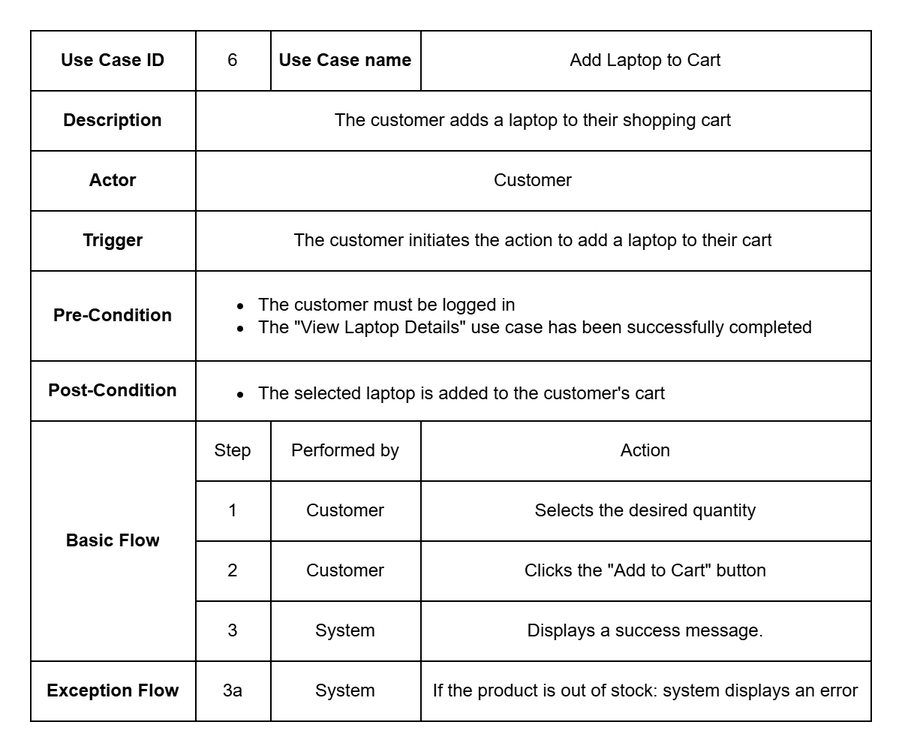
This is documentation/Images/usecase_metadata_card/uc_6_add_laptop_to_cart.drawio.png from auphong2707/itse-laptopshop-management-web-application, a draw.io export, as it was before one commit. Source tidied: cells renumbered, new cells last; positions are measured from the earlier drawing's top-left corner, leaving out a move shared by most shapes.
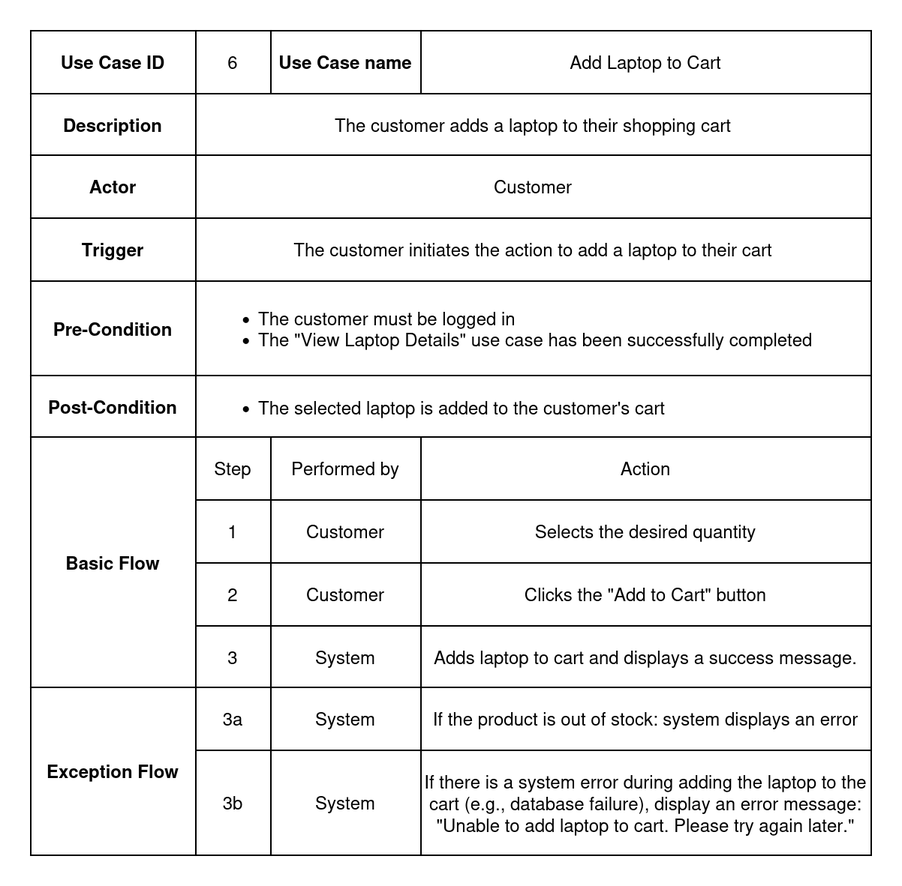
The same file after the commit.

The edit, as a diff of the source:
```diff
@@ -3,133 +3,145 @@
     <mxCell id="0" />
     <mxCell id="1" parent="0" />
     <mxCell id="2" style="shape=table;startSize=0;fontStyle=0;" parent="1" vertex="1">
-      <mxGeometry width="560" height="460" as="geometry" />
+      <mxGeometry width="560" height="550" as="geometry" />
     </mxCell>
     <mxCell id="3" style="shape=tableRow;horizontal=0;startSize=0;swimlaneHead=0;swimlaneBody=0;strokeColor=inherit;top=0;left=0;bottom=0;right=0;fillColor=none;" parent="2" vertex="1">
-      <mxGeometry width="560" height="40" as="geometry" />
+      <mxGeometry width="560" height="42" as="geometry" />
     </mxCell>
     <mxCell id="4" value="Use Case ID" style="shape=partialRectangle;html=1;whiteSpace=wrap;strokeColor=inherit;overflow=hidden;fillColor=none;top=0;left=0;bottom=0;right=0;fontStyle=1;" parent="3" vertex="1">
-      <mxGeometry width="110" height="40" as="geometry" />
+      <mxGeometry width="110" height="42" as="geometry" />
     </mxCell>
     <mxCell id="5" value="6" style="shape=partialRectangle;html=1;whiteSpace=wrap;strokeColor=inherit;overflow=hidden;fillColor=none;top=0;left=0;bottom=0;right=0;" parent="3" vertex="1">
-      <mxGeometry x="110" width="50" height="40" as="geometry" />
+      <mxGeometry x="110" width="50" height="42" as="geometry" />
     </mxCell>
     <mxCell id="6" value="Use Case name" style="shape=partialRectangle;html=1;whiteSpace=wrap;strokeColor=inherit;overflow=hidden;fillColor=none;top=0;left=0;bottom=0;right=0;fontStyle=1;" parent="3" vertex="1">
-      <mxGeometry x="160" width="100" height="40" as="geometry" />
+      <mxGeometry x="160" width="100" height="42" as="geometry" />
     </mxCell>
     <mxCell id="7" value="Add Laptop to Cart" style="shape=partialRectangle;html=1;whiteSpace=wrap;strokeColor=inherit;overflow=hidden;fillColor=none;top=0;left=0;bottom=0;right=0;" parent="3" vertex="1">
-      <mxGeometry x="260" width="300" height="40" as="geometry" />
+      <mxGeometry x="260" width="300" height="42" as="geometry" />
     </mxCell>
     <mxCell id="8" style="shape=tableRow;horizontal=0;startSize=0;swimlaneHead=0;swimlaneBody=0;strokeColor=inherit;top=0;left=0;bottom=0;right=0;fillColor=none;" parent="2" vertex="1">
-      <mxGeometry y="40" width="560" height="40" as="geometry" />
+      <mxGeometry y="42" width="560" height="41" as="geometry" />
     </mxCell>
     <mxCell id="9" value="Description" style="shape=partialRectangle;html=1;whiteSpace=wrap;strokeColor=inherit;overflow=hidden;fillColor=none;top=0;left=0;bottom=0;right=0;fontStyle=1;" parent="8" vertex="1">
-      <mxGeometry width="110" height="40" as="geometry" />
+      <mxGeometry width="110" height="41" as="geometry" />
     </mxCell>
     <mxCell id="10" value="The customer adds a laptop to their shopping cart" style="shape=partialRectangle;html=1;whiteSpace=wrap;strokeColor=inherit;overflow=hidden;fillColor=none;top=0;left=0;bottom=0;right=0;rowspan=1;colspan=3;" parent="8" vertex="1">
-      <mxGeometry x="110" width="450" height="40" as="geometry" />
+      <mxGeometry x="110" width="450" height="41" as="geometry" />
     </mxCell>
     <mxCell id="11" style="shape=tableRow;horizontal=0;startSize=0;swimlaneHead=0;swimlaneBody=0;strokeColor=inherit;top=0;left=0;bottom=0;right=0;fillColor=none;" parent="2" vertex="1">
-      <mxGeometry y="80" width="560" height="40" as="geometry" />
+      <mxGeometry y="83" width="560" height="42" as="geometry" />
     </mxCell>
     <mxCell id="12" value="Actor" style="shape=partialRectangle;html=1;whiteSpace=wrap;strokeColor=inherit;overflow=hidden;fillColor=none;top=0;left=0;bottom=0;right=0;fontStyle=1;" parent="11" vertex="1">
-      <mxGeometry width="110" height="40" as="geometry" />
+      <mxGeometry width="110" height="42" as="geometry" />
     </mxCell>
     <mxCell id="13" value="Customer" style="shape=partialRectangle;html=1;whiteSpace=wrap;strokeColor=inherit;overflow=hidden;fillColor=none;top=0;left=0;bottom=0;right=0;rowspan=1;colspan=3;" parent="11" vertex="1">
-      <mxGeometry x="110" width="450" height="40" as="geometry" />
+      <mxGeometry x="110" width="450" height="42" as="geometry" />
     </mxCell>
     <mxCell id="14" style="shape=tableRow;horizontal=0;startSize=0;swimlaneHead=0;swimlaneBody=0;strokeColor=inherit;top=0;left=0;bottom=0;right=0;fillColor=none;" parent="2" vertex="1">
-      <mxGeometry y="120" width="560" height="40" as="geometry" />
+      <mxGeometry y="125" width="560" height="42" as="geometry" />
     </mxCell>
     <mxCell id="15" value="Trigger" style="shape=partialRectangle;html=1;whiteSpace=wrap;strokeColor=inherit;overflow=hidden;fillColor=none;top=0;left=0;bottom=0;right=0;fontStyle=1;" parent="14" vertex="1">
-      <mxGeometry width="110" height="40" as="geometry" />
+      <mxGeometry width="110" height="42" as="geometry" />
     </mxCell>
     <mxCell id="16" value="The customer initiates the action to add a laptop to their cart" style="shape=partialRectangle;html=1;whiteSpace=wrap;strokeColor=inherit;overflow=hidden;fillColor=none;top=0;left=0;bottom=0;right=0;rowspan=1;colspan=3;" parent="14" vertex="1">
-      <mxGeometry x="110" width="450" height="40" as="geometry" />
+      <mxGeometry x="110" width="450" height="42" as="geometry" />
     </mxCell>
     <mxCell id="17" style="shape=tableRow;horizontal=0;startSize=0;swimlaneHead=0;swimlaneBody=0;strokeColor=inherit;top=0;left=0;bottom=0;right=0;fillColor=none;" parent="2" vertex="1">
-      <mxGeometry y="160" width="560" height="60" as="geometry" />
+      <mxGeometry y="167" width="560" height="63" as="geometry" />
     </mxCell>
     <mxCell id="18" value="Pre-Condition" style="shape=partialRectangle;html=1;whiteSpace=wrap;strokeColor=inherit;overflow=hidden;fillColor=none;top=0;left=0;bottom=0;right=0;fontStyle=1;" parent="17" vertex="1">
-      <mxGeometry width="110" height="60" as="geometry" />
+      <mxGeometry width="110" height="63" as="geometry" />
     </mxCell>
     <mxCell id="19" value="&lt;ul style=&quot;&quot;&gt;&lt;li&gt;The customer must be logged in&lt;/li&gt;&lt;li&gt;The &quot;View Laptop Details&quot; use case has been successfully completed&lt;/li&gt;&lt;/ul&gt;" style="shape=partialRectangle;html=1;whiteSpace=wrap;strokeColor=inherit;overflow=hidden;fillColor=none;top=0;left=0;bottom=0;right=0;rowspan=1;colspan=3;align=left;" parent="17" vertex="1">
-      <mxGeometry x="110" width="450" height="60" as="geometry" />
+      <mxGeometry x="110" width="450" height="63" as="geometry" />
     </mxCell>
     <mxCell id="20" style="shape=tableRow;horizontal=0;startSize=0;swimlaneHead=0;swimlaneBody=0;strokeColor=inherit;top=0;left=0;bottom=0;right=0;fillColor=none;" parent="2" vertex="1">
-      <mxGeometry y="220" width="560" height="40" as="geometry" />
+      <mxGeometry y="230" width="560" height="41" as="geometry" />
     </mxCell>
     <mxCell id="21" value="Post-Condition" style="shape=partialRectangle;html=1;whiteSpace=wrap;strokeColor=inherit;overflow=hidden;fillColor=none;top=0;left=0;bottom=0;right=0;fontStyle=1;" parent="20" vertex="1">
-      <mxGeometry width="110" height="40" as="geometry" />
+      <mxGeometry width="110" height="41" as="geometry" />
     </mxCell>
     <mxCell id="22" value="&lt;ul&gt;&lt;li&gt;The selected laptop is added to the customer's cart&lt;/li&gt;&lt;/ul&gt;" style="shape=partialRectangle;html=1;whiteSpace=wrap;strokeColor=inherit;overflow=hidden;fillColor=none;top=0;left=0;bottom=0;right=0;rowspan=1;colspan=3;align=left;" parent="20" vertex="1">
-      <mxGeometry x="110" width="450" height="40" as="geometry" />
+      <mxGeometry x="110" width="450" height="41" as="geometry" />
     </mxCell>
     <mxCell id="23" style="shape=tableRow;horizontal=0;startSize=0;swimlaneHead=0;swimlaneBody=0;strokeColor=inherit;top=0;left=0;bottom=0;right=0;fillColor=none;" parent="2" vertex="1">
-      <mxGeometry y="260" width="560" height="40" as="geometry" />
+      <mxGeometry y="271" width="560" height="42" as="geometry" />
     </mxCell>
     <mxCell id="24" value="Basic Flow" style="shape=partialRectangle;html=1;whiteSpace=wrap;strokeColor=inherit;overflow=hidden;fillColor=none;top=0;left=0;bottom=0;right=0;fontStyle=1;rowspan=4;colspan=1;" parent="23" vertex="1">
-      <mxGeometry width="110" height="160" as="geometry" />
+      <mxGeometry width="110" height="167" as="geometry" />
     </mxCell>
     <mxCell id="25" value="Step" style="shape=partialRectangle;html=1;whiteSpace=wrap;strokeColor=inherit;overflow=hidden;fillColor=none;top=0;left=0;bottom=0;right=0;" parent="23" vertex="1">
-      <mxGeometry x="110" width="50" height="40" as="geometry" />
+      <mxGeometry x="110" width="50" height="42" as="geometry" />
     </mxCell>
     <mxCell id="26" value="Performed by" style="shape=partialRectangle;html=1;whiteSpace=wrap;strokeColor=inherit;overflow=hidden;fillColor=none;top=0;left=0;bottom=0;right=0;" parent="23" vertex="1">
-      <mxGeometry x="160" width="100" height="40" as="geometry" />
+      <mxGeometry x="160" width="100" height="42" as="geometry" />
     </mxCell>
     <mxCell id="27" value="Action" style="shape=partialRectangle;html=1;whiteSpace=wrap;strokeColor=inherit;overflow=hidden;fillColor=none;top=0;left=0;bottom=0;right=0;" parent="23" vertex="1">
-      <mxGeometry x="260" width="300" height="40" as="geometry" />
+      <mxGeometry x="260" width="300" height="42" as="geometry" />
     </mxCell>
     <mxCell id="28" style="shape=tableRow;horizontal=0;startSize=0;swimlaneHead=0;swimlaneBody=0;strokeColor=inherit;top=0;left=0;bottom=0;right=0;fillColor=none;" parent="2" vertex="1">
-      <mxGeometry y="300" width="560" height="40" as="geometry" />
+      <mxGeometry y="313" width="560" height="42" as="geometry" />
     </mxCell>
     <mxCell id="29" value="1" style="shape=partialRectangle;html=1;whiteSpace=wrap;strokeColor=inherit;overflow=hidden;fillColor=none;top=0;left=0;bottom=0;right=0;" parent="28" vertex="1">
-      <mxGeometry x="110" width="50" height="40" as="geometry" />
+      <mxGeometry x="110" width="50" height="42" as="geometry" />
     </mxCell>
     <mxCell id="30" value="Customer" style="shape=partialRectangle;html=1;whiteSpace=wrap;strokeColor=inherit;overflow=hidden;fillColor=none;top=0;left=0;bottom=0;right=0;" parent="28" vertex="1">
-      <mxGeometry x="160" width="100" height="40" as="geometry" />
+      <mxGeometry x="160" width="100" height="42" as="geometry" />
     </mxCell>
     <mxCell id="31" value="Selects the desired quantity" style="shape=partialRectangle;html=1;whiteSpace=wrap;strokeColor=inherit;overflow=hidden;fillColor=none;top=0;left=0;bottom=0;right=0;fontStyle=0;" parent="28" vertex="1">
-      <mxGeometry x="260" width="300" height="40" as="geometry" />
+      <mxGeometry x="260" width="300" height="42" as="geometry" />
     </mxCell>
     <mxCell id="32" style="shape=tableRow;horizontal=0;startSize=0;swimlaneHead=0;swimlaneBody=0;strokeColor=inherit;top=0;left=0;bottom=0;right=0;fillColor=none;" parent="2" vertex="1">
-      <mxGeometry y="340" width="560" height="40" as="geometry" />
+      <mxGeometry y="355" width="560" height="42" as="geometry" />
     </mxCell>
     <mxCell id="33" value="2" style="shape=partialRectangle;html=1;whiteSpace=wrap;strokeColor=inherit;overflow=hidden;fillColor=none;top=0;left=0;bottom=0;right=0;" parent="32" vertex="1">
-      <mxGeometry x="110" width="50" height="40" as="geometry" />
+      <mxGeometry x="110" width="50" height="42" as="geometry" />
     </mxCell>
     <mxCell id="34" value="Customer" style="shape=partialRectangle;html=1;whiteSpace=wrap;strokeColor=inherit;overflow=hidden;fillColor=none;top=0;left=0;bottom=0;right=0;" parent="32" vertex="1">
-      <mxGeometry x="160" width="100" height="40" as="geometry" />
+      <mxGeometry x="160" width="100" height="42" as="geometry" />
     </mxCell>
     <mxCell id="35" value="Clicks the &quot;Add to Cart&quot; button" style="shape=partialRectangle;html=1;whiteSpace=wrap;strokeColor=inherit;overflow=hidden;fillColor=none;top=0;left=0;bottom=0;right=0;fontStyle=0;" parent="32" vertex="1">
-      <mxGeometry x="260" width="300" height="40" as="geometry" />
+      <mxGeometry x="260" width="300" height="42" as="geometry" />
     </mxCell>
     <mxCell id="36" style="shape=tableRow;horizontal=0;startSize=0;swimlaneHead=0;swimlaneBody=0;strokeColor=inherit;top=0;left=0;bottom=0;right=0;fillColor=none;" parent="2" vertex="1">
-      <mxGeometry y="380" width="560" height="40" as="geometry" />
+      <mxGeometry y="397" width="560" height="41" as="geometry" />
     </mxCell>
     <mxCell id="37" value="3" style="shape=partialRectangle;html=1;whiteSpace=wrap;strokeColor=inherit;overflow=hidden;fillColor=none;top=0;left=0;bottom=0;right=0;" parent="36" vertex="1">
-      <mxGeometry x="110" width="50" height="40" as="geometry" />
+      <mxGeometry x="110" width="50" height="41" as="geometry" />
     </mxCell>
     <mxCell id="38" value="System" style="shape=partialRectangle;html=1;whiteSpace=wrap;strokeColor=inherit;overflow=hidden;fillColor=none;top=0;left=0;bottom=0;right=0;" parent="36" vertex="1">
-      <mxGeometry x="160" width="100" height="40" as="geometry" />
+      <mxGeometry x="160" width="100" height="41" as="geometry" />
     </mxCell>
-    <mxCell id="39" value="Displays a success message." style="shape=partialRectangle;html=1;whiteSpace=wrap;strokeColor=inherit;overflow=hidden;fillColor=none;top=0;left=0;bottom=0;right=0;" parent="36" vertex="1">
-      <mxGeometry x="260" width="300" height="40" as="geometry" />
+    <mxCell id="39" value="Adds laptop to cart and displays a success message." style="shape=partialRectangle;html=1;whiteSpace=wrap;strokeColor=inherit;overflow=hidden;fillColor=none;top=0;left=0;bottom=0;right=0;" parent="36" vertex="1">
+      <mxGeometry x="260" width="300" height="41" as="geometry" />
     </mxCell>
     <mxCell id="40" style="shape=tableRow;horizontal=0;startSize=0;swimlaneHead=0;swimlaneBody=0;strokeColor=inherit;top=0;left=0;bottom=0;right=0;fillColor=none;" parent="2" vertex="1">
-      <mxGeometry y="420" width="560" height="40" as="geometry" />
+      <mxGeometry y="438" width="560" height="42" as="geometry" />
     </mxCell>
     <mxCell id="41" value="Exception Flow" style="shape=partialRectangle;html=1;whiteSpace=wrap;strokeColor=inherit;overflow=hidden;fillColor=none;top=0;left=0;bottom=0;right=0;rowspan=6;colspan=1;fontStyle=1;" parent="40" vertex="1">
-      <mxGeometry width="110" height="40" as="geometry" />
+      <mxGeometry width="110" height="112" as="geometry" />
     </mxCell>
     <mxCell id="42" value="3a" style="shape=partialRectangle;html=1;whiteSpace=wrap;strokeColor=inherit;overflow=hidden;fillColor=none;top=0;left=0;bottom=0;right=0;" parent="40" vertex="1">
-      <mxGeometry x="110" width="50" height="40" as="geometry" />
+      <mxGeometry x="110" width="50" height="42" as="geometry" />
     </mxCell>
     <mxCell id="43" value="System" style="shape=partialRectangle;html=1;whiteSpace=wrap;strokeColor=inherit;overflow=hidden;fillColor=none;top=0;left=0;bottom=0;right=0;" parent="40" vertex="1">
-      <mxGeometry x="160" width="100" height="40" as="geometry" />
+      <mxGeometry x="160" width="100" height="42" as="geometry" />
     </mxCell>
-    <mxCell id="44" value="If the product is out of stock: system displays an error" style="shape=partialRectangle;html=1;whiteSpace=wrap;strokeColor=inherit;overflow=hidden;fillColor=none;top=0;left=0;bottom=0;right=0;" parent="40" vertex="1">
-      <mxGeometry x="260" width="300" height="40" as="geometry" />
+    <mxCell id="44" value="&lt;div&gt;If the product is out of stock: system displays an error&lt;/div&gt;" style="shape=partialRectangle;html=1;whiteSpace=wrap;strokeColor=inherit;overflow=hidden;fillColor=none;top=0;left=0;bottom=0;right=0;" parent="40" vertex="1">
+      <mxGeometry x="260" width="300" height="42" as="geometry" />
     </mxCell>
+    <mxCell id="45" style="shape=tableRow;horizontal=0;startSize=0;swimlaneHead=0;swimlaneBody=0;strokeColor=inherit;top=0;left=0;bottom=0;right=0;fillColor=none;" parent="2" vertex="1">
+      <mxGeometry y="480" width="560" height="70" as="geometry" />
+    </mxCell>
+    <mxCell id="46" value="3b" style="shape=partialRectangle;html=1;whiteSpace=wrap;strokeColor=inherit;overflow=hidden;fillColor=none;top=0;left=0;bottom=0;right=0;" parent="45" vertex="1">
+      <mxGeometry x="110" width="50" height="70" as="geometry" />
+    </mxCell>
+    <mxCell id="47" value="System" style="shape=partialRectangle;html=1;whiteSpace=wrap;strokeColor=inherit;overflow=hidden;fillColor=none;top=0;left=0;bottom=0;right=0;" parent="45" vertex="1">
+      <mxGeometry x="160" width="100" height="70" as="geometry" />
+    </mxCell>
+    <mxCell id="48" value="&lt;p style=&quot;white-space: pre-wrap;&quot; dir=&quot;auto&quot;&gt;If there is a system error during adding the laptop to the cart (e.g., database failure), display an error message: &quot;Unable to add laptop to cart. Please try again later.&quot;&lt;/p&gt;" style="shape=partialRectangle;html=1;whiteSpace=wrap;strokeColor=inherit;overflow=hidden;fillColor=none;top=0;left=0;bottom=0;right=0;" parent="45" vertex="1">
+      <mxGeometry x="260" width="300" height="70" as="geometry" />
+    </mxCell>
   </root>
 </mxGraphModel>
```
